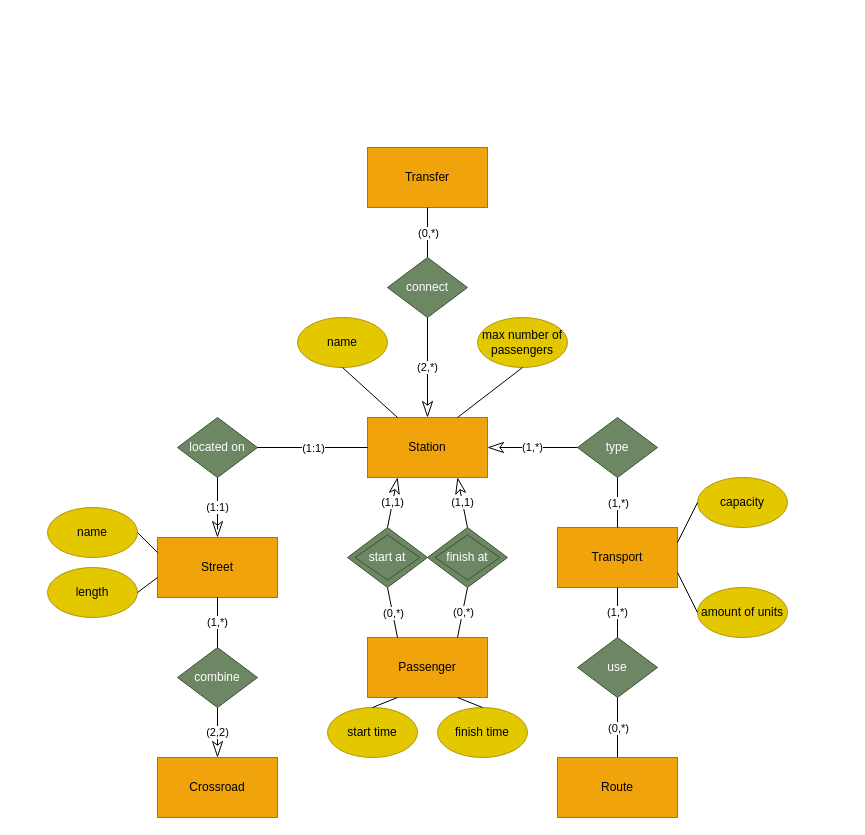
Earlier version of the draw.io diagram page "ER-diagram(2)" (2 of 2) of Untitled Diagram.drawio (Leo-nid/hse-DB). Source tidied: cells renumbered, new cells numbered last; positions are measured from the earlier drawing's top-left corner, leaving out a move shared by most shapes. Both pictures are drawn from the tidied source at 100%, with x=0, y=0 at pixel (47, 147).
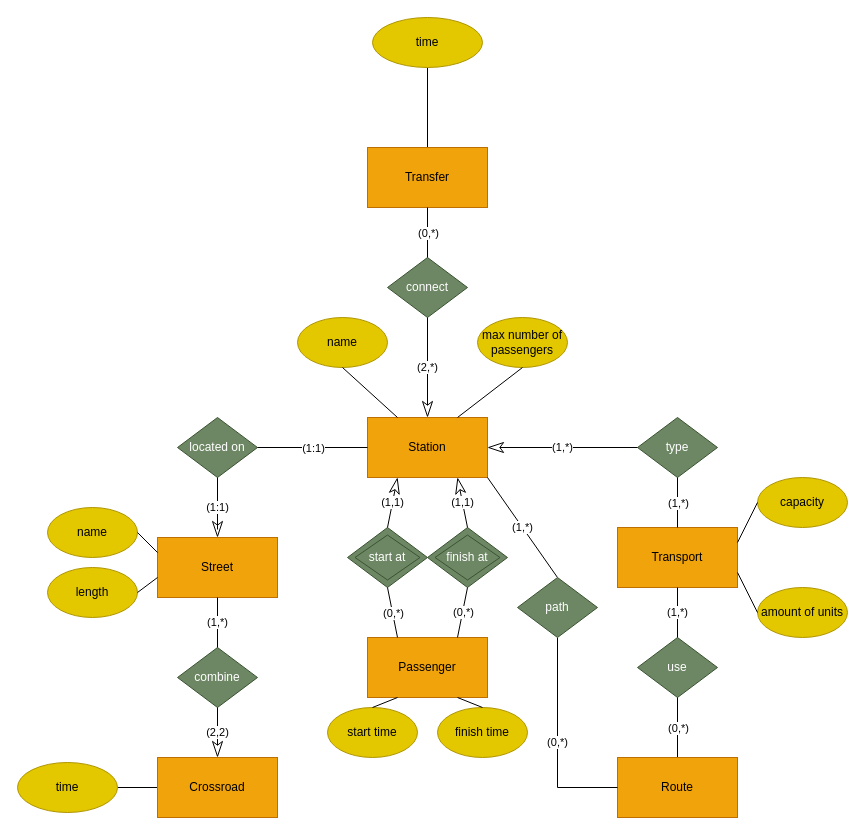
The same diagram, later.

The change refers to these unchanged cells:
```xml
<mxCell id="2" value="Station" style="rounded=0;whiteSpace=wrap;html=1;hachureGap=4;fillColor=#f0a30a;strokeColor=#BD7000;fontColor=#000000;" parent="1" vertex="1">
  <mxGeometry x="320" y="270" width="120" height="60" as="geometry" />
</mxCell>
<mxCell id="29" value="Transfer" style="whiteSpace=wrap;html=1;rounded=0;strokeColor=#BD7000;fillColor=#f0a30a;hachureGap=4;" parent="1" vertex="1">
  <mxGeometry x="320" width="120" height="60" as="geometry" />
</mxCell>
<mxCell id="54" value="Crossroad" style="rounded=0;whiteSpace=wrap;html=1;hachureGap=4;fillColor=#f0a30a;strokeColor=#BD7000;fontColor=#000000;" parent="1" vertex="1">
  <mxGeometry x="110" y="610" width="120" height="60" as="geometry" />
</mxCell>
```

Diff of the diagram source:
```diff
@@
     <mxCell id="8" value="Transport" style="rounded=0;whiteSpace=wrap;html=1;hachureGap=4;fillColor=#f0a30a;strokeColor=#BD7000;fontColor=#000000;" parent="1" vertex="1">
-      <mxGeometry x="510" y="380" width="120" height="60" as="geometry" />
+      <mxGeometry x="570" y="380" width="120" height="60" as="geometry" />
     </mxCell>
     <mxCell id="9" value="capacity" style="ellipse;whiteSpace=wrap;html=1;hachureGap=4;fillColor=#e3c800;strokeColor=#B09500;fontColor=#000000;" parent="1" vertex="1">
-      <mxGeometry x="650" y="330" width="90" height="50" as="geometry" />
+      <mxGeometry x="710" y="330" width="90" height="50" as="geometry" />
     </mxCell>
     <mxCell id="10" value="amount of units" style="ellipse;whiteSpace=wrap;html=1;hachureGap=4;fillColor=#e3c800;strokeColor=#B09500;fontColor=#000000;" parent="1" vertex="1">
-      <mxGeometry x="650" y="440" width="90" height="50" as="geometry" />
+      <mxGeometry x="710" y="440" width="90" height="50" as="geometry" />
     </mxCell>
@@
-    <mxCell id="23" style="edgeStyle=none;curved=1;rounded=0;jettySize=auto;html=1;endArrow=none;endFill=0;startSize=14;endSize=14;sourcePerimeterSpacing=8;targetPerimeterSpacing=8;" parent="1" edge="1" source="24" target="8">
-      <mxGeometry relative="1" as="geometry" />
-    </mxCell>
     <mxCell id="24" value="type" style="rhombus;whiteSpace=wrap;html=1;hachureGap=4;fillColor=#6d8764;strokeColor=#3A5431;fontColor=#ffffff;" parent="1" vertex="1">
-      <mxGeometry x="530" y="270" width="80" height="60" as="geometry" />
+      <mxGeometry x="590" y="270" width="80" height="60" as="geometry" />
     </mxCell>
@@
+    <mxCell id="58" style="edgeStyle=none;rounded=0;jettySize=auto;html=1;endArrow=none;endFill=0;" parent="1" edge="1" source="29" target="64">
+      <mxGeometry relative="1" as="geometry" />
+    </mxCell>
@@
     <mxCell id="49" value="use&lt;br&gt;" style="rhombus;whiteSpace=wrap;html=1;hachureGap=4;fillColor=#6d8764;strokeColor=#3A5431;fontColor=#ffffff;" parent="1" vertex="1">
-      <mxGeometry x="530" y="490" width="80" height="60" as="geometry" />
+      <mxGeometry x="590" y="490" width="80" height="60" as="geometry" />
     </mxCell>
@@
     <mxCell id="52" value="(1,*)" style="endArrow=none;html=1;startSize=14;endSize=14;sourcePerimeterSpacing=8;targetPerimeterSpacing=8;endFill=0;exitX=0.5;exitY=0;exitDx=0;exitDy=0;entryX=0.5;entryY=1;entryDx=0;entryDy=0;" parent="1" edge="1" source="49" target="8">
-      <mxGeometry relative="1" as="geometry">
-        <Array as="points">
-          <mxPoint x="570" y="470" />
-        </Array>
-      </mxGeometry>
+      <mxGeometry relative="1" as="geometry" />
     </mxCell>
@@
+    <mxCell id="59" style="edgeStyle=orthogonalEdgeStyle;rounded=0;jettySize=auto;html=1;endArrow=none;endFill=0;" parent="1" edge="1" source="54" target="60">
+      <mxGeometry relative="1" as="geometry" />
+    </mxCell>
@@
     <mxCell id="57" value="Route" style="rounded=0;whiteSpace=wrap;html=1;hachureGap=4;fillColor=#f0a30a;strokeColor=#BD7000;fontColor=#000000;" parent="1" vertex="1">
-      <mxGeometry x="510" y="610" width="120" height="60" as="geometry" />
+      <mxGeometry x="570" y="610" width="120" height="60" as="geometry" />
     </mxCell>
+    <mxCell id="60" value="time" style="ellipse;whiteSpace=wrap;html=1;rounded=0;strokeColor=#B09500;fillColor=#e3c800;hachureGap=4;fontColor=#000000;" parent="1" vertex="1">
+      <mxGeometry x="-30" y="615" width="100" height="50" as="geometry" />
+    </mxCell>
+    <mxCell id="61" value="(0,*)" style="edgeStyle=orthogonalEdgeStyle;rounded=0;jettySize=auto;html=1;entryX=0;entryY=0.5;entryDx=0;entryDy=0;endArrow=none;endFill=0;exitX=0.5;exitY=1;exitDx=0;exitDy=0;" parent="1" edge="1" source="63" target="57">
+      <mxGeometry relative="1" as="geometry" />
+    </mxCell>
+    <mxCell id="62" value="(1,*)" style="rounded=0;jettySize=auto;html=1;exitX=0.5;exitY=0;exitDx=0;exitDy=0;entryX=1;entryY=1;entryDx=0;entryDy=0;endArrow=none;endFill=0;" parent="1" edge="1" source="63" target="2">
+      <mxGeometry relative="1" as="geometry" />
+    </mxCell>
+    <mxCell id="63" value="path" style="rhombus;whiteSpace=wrap;html=1;fillColor=#6d8764;strokeColor=#3A5431;fontColor=#ffffff;" parent="1" vertex="1">
+      <mxGeometry x="470" y="430" width="80" height="60" as="geometry" />
+    </mxCell>
+    <mxCell id="64" value="time" style="ellipse;whiteSpace=wrap;html=1;rounded=0;strokeColor=#B09500;fillColor=#e3c800;hachureGap=4;fontColor=#000000;" parent="1" vertex="1">
+      <mxGeometry x="325" y="-130" width="110" height="50" as="geometry" />
+    </mxCell>
```
